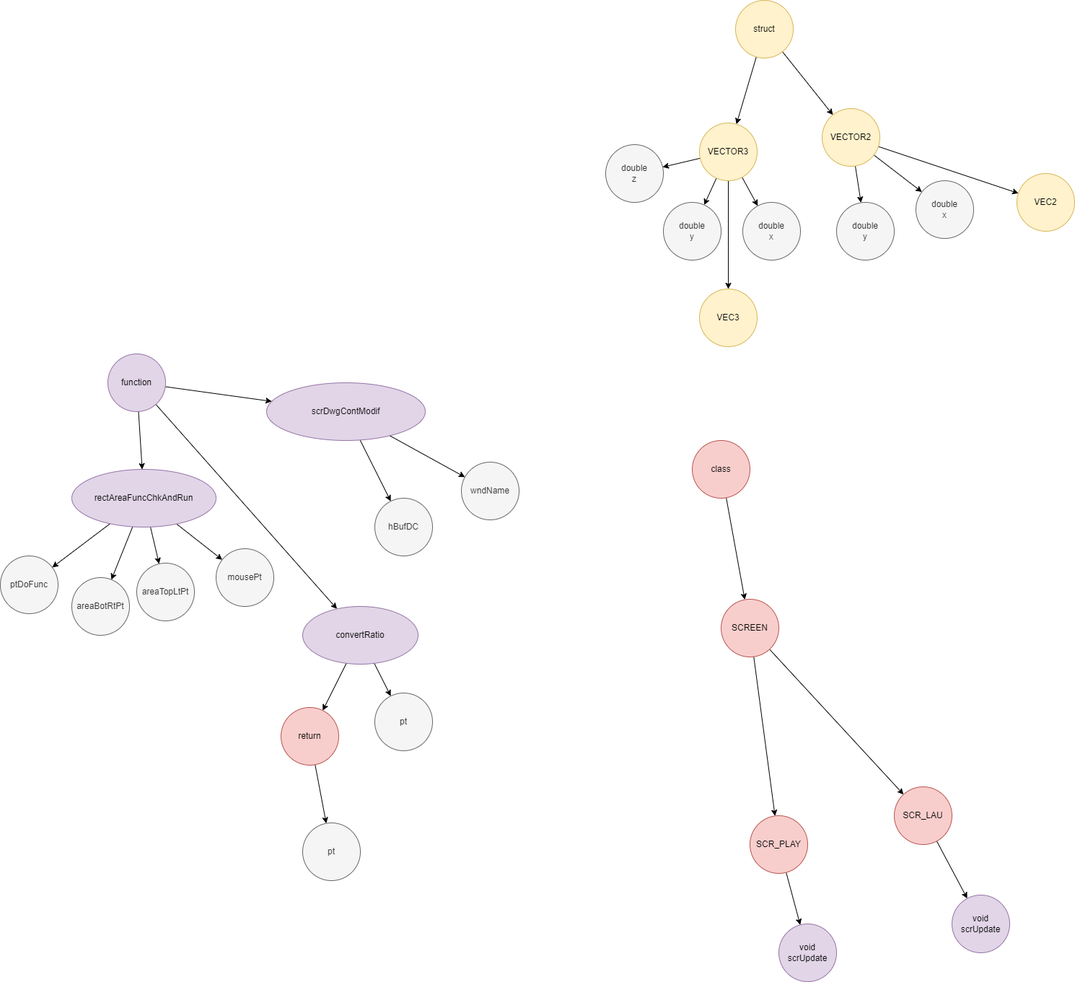
Above: drawio/files/graphic/h.drawio.png in Tanso-mct/GLPA (draw.io), before the change. Source tidied: cells renumbered, new cells last; positions are measured from the earlier drawing's top-left corner, leaving out a move shared by most shapes.
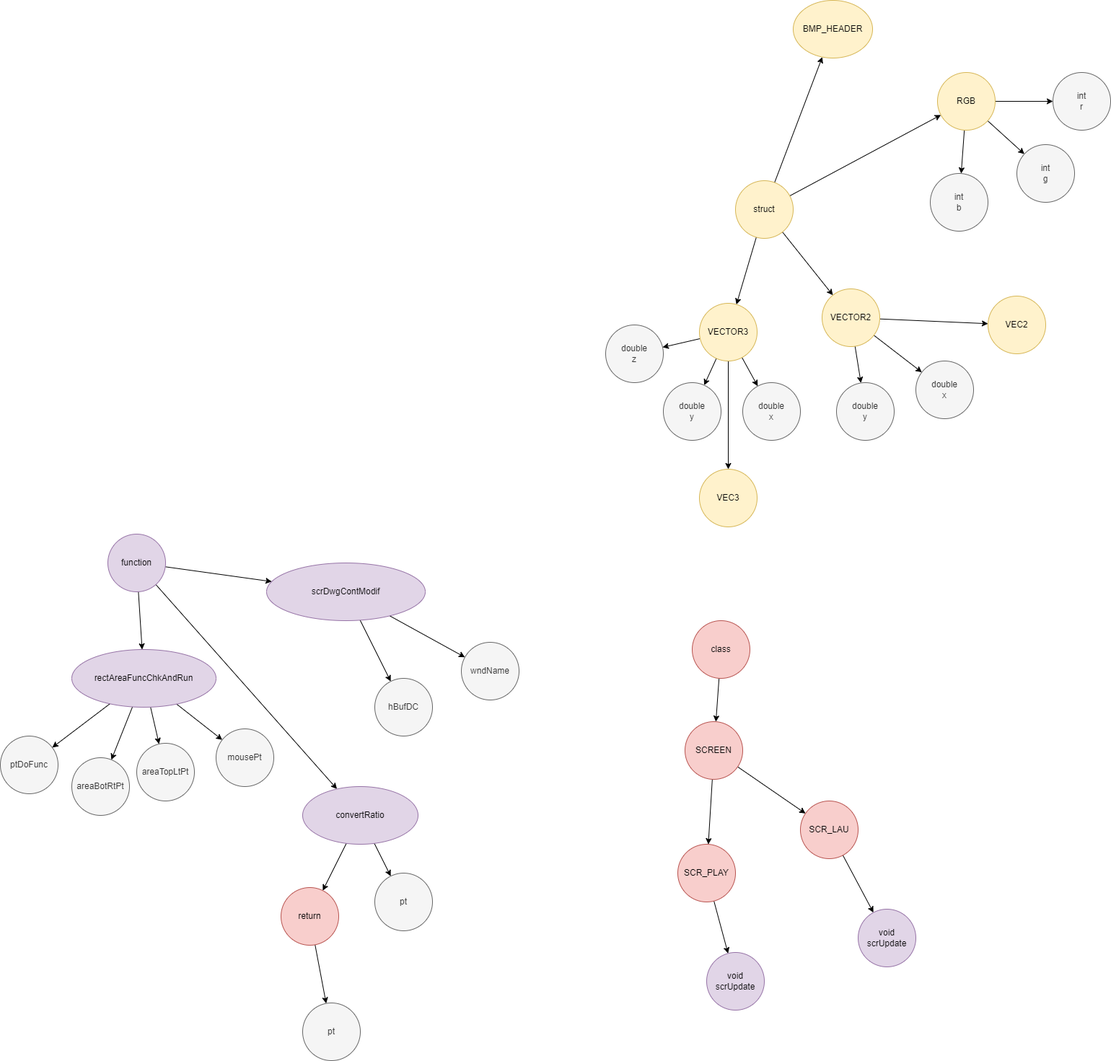
The same file after the commit.

The edit, as a diff of the source:
```diff
@@ -83,6 +83,12 @@
     <mxCell id="28" style="edgeStyle=none;html=1;fontFamily=Helvetica;fontSize=12;fontColor=#333333;" parent="1" edge="1" source="29" target="40">
       <mxGeometry relative="1" as="geometry" />
     </mxCell>
+    <mxCell id="57" style="edgeStyle=none;html=1;" parent="1" edge="1" source="29" target="62">
+      <mxGeometry relative="1" as="geometry" />
+    </mxCell>
+    <mxCell id="58" style="edgeStyle=none;html=1;fontFamily=Helvetica;fontSize=12;fontColor=#333333;" parent="1" edge="1" source="29" target="66">
+      <mxGeometry relative="1" as="geometry" />
+    </mxCell>
     <mxCell id="29" value="struct" style="ellipse;whiteSpace=wrap;html=1;strokeColor=#d6b656;fontFamily=Helvetica;fontSize=12;fillColor=#fff2cc;" parent="1" vertex="1">
       <mxGeometry x="1019" width="80" height="80" as="geometry" />
     </mxCell>
@@ -129,7 +135,7 @@
       <mxGeometry x="839" y="200" width="80" height="80" as="geometry" />
     </mxCell>
     <mxCell id="44" value="VEC2" style="ellipse;whiteSpace=wrap;html=1;strokeColor=#d6b656;fontFamily=Helvetica;fontSize=12;fillColor=#fff2cc;" parent="1" vertex="1">
-      <mxGeometry x="1409" y="240" width="80" height="80" as="geometry" />
+      <mxGeometry x="1369" y="160" width="80" height="80" as="geometry" />
     </mxCell>
     <mxCell id="45" value="VEC3" style="ellipse;whiteSpace=wrap;html=1;strokeColor=#d6b656;fontFamily=Helvetica;fontSize=12;fillColor=#fff2cc;" parent="1" vertex="1">
       <mxGeometry x="969" y="400" width="80" height="80" as="geometry" />
@@ -147,25 +153,49 @@
       <mxGeometry relative="1" as="geometry" />
     </mxCell>
     <mxCell id="50" value="SCREEN" style="ellipse;whiteSpace=wrap;html=1;fillColor=#f8cecc;strokeColor=#b85450;" parent="1" vertex="1">
-      <mxGeometry x="999" y="830" width="80" height="80" as="geometry" />
+      <mxGeometry x="949" y="750" width="80" height="80" as="geometry" />
     </mxCell>
     <mxCell id="51" style="edgeStyle=none;html=1;fontFamily=Helvetica;fontSize=12;fontColor=#333333;" parent="1" edge="1" source="52" target="55">
       <mxGeometry relative="1" as="geometry" />
     </mxCell>
     <mxCell id="52" value="SCR_LAU" style="ellipse;whiteSpace=wrap;html=1;fillColor=#f8cecc;strokeColor=#b85450;" parent="1" vertex="1">
-      <mxGeometry x="1239" y="1090" width="80" height="80" as="geometry" />
+      <mxGeometry x="1109" y="860" width="80" height="80" as="geometry" />
     </mxCell>
     <mxCell id="53" style="edgeStyle=none;html=1;fontFamily=Helvetica;fontSize=12;fontColor=#333333;" parent="1" edge="1" source="54" target="56">
       <mxGeometry relative="1" as="geometry" />
     </mxCell>
     <mxCell id="54" value="SCR_PLAY" style="ellipse;whiteSpace=wrap;html=1;strokeColor=#b85450;fontFamily=Helvetica;fontSize=12;fillColor=#f8cecc;" parent="1" vertex="1">
-      <mxGeometry x="1039" y="1130" width="80" height="80" as="geometry" />
+      <mxGeometry x="939" y="920" width="80" height="80" as="geometry" />
     </mxCell>
     <mxCell id="55" value="void&lt;br&gt;scrUpdate" style="ellipse;whiteSpace=wrap;html=1;strokeColor=#9673a6;fontFamily=Helvetica;fontSize=12;fillColor=#e1d5e7;" parent="1" vertex="1">
-      <mxGeometry x="1319" y="1240" width="80" height="80" as="geometry" />
+      <mxGeometry x="1189" y="1010" width="80" height="80" as="geometry" />
     </mxCell>
     <mxCell id="56" value="void&lt;br&gt;scrUpdate" style="ellipse;whiteSpace=wrap;html=1;strokeColor=#9673a6;fontFamily=Helvetica;fontSize=12;fillColor=#e1d5e7;" parent="1" vertex="1">
-      <mxGeometry x="1079" y="1280" width="80" height="80" as="geometry" />
+      <mxGeometry x="979" y="1070" width="80" height="80" as="geometry" />
     </mxCell>
+    <mxCell id="59" style="edgeStyle=none;html=1;fontFamily=Helvetica;fontSize=12;fontColor=#333333;" parent="1" edge="1" source="62" target="63">
+      <mxGeometry relative="1" as="geometry" />
+    </mxCell>
+    <mxCell id="60" style="edgeStyle=none;html=1;fontFamily=Helvetica;fontSize=12;fontColor=#333333;" parent="1" edge="1" source="62" target="64">
+      <mxGeometry relative="1" as="geometry" />
+    </mxCell>
+    <mxCell id="61" style="edgeStyle=none;html=1;fontFamily=Helvetica;fontSize=12;fontColor=#333333;" parent="1" edge="1" source="62" target="65">
+      <mxGeometry relative="1" as="geometry" />
+    </mxCell>
+    <mxCell id="62" value="RGB" style="ellipse;whiteSpace=wrap;html=1;fillColor=#fff2cc;strokeColor=#d6b656;" parent="1" vertex="1">
+      <mxGeometry x="1299" y="-150" width="80" height="80" as="geometry" />
+    </mxCell>
+    <mxCell id="63" value="int&lt;br&gt;r" style="ellipse;whiteSpace=wrap;html=1;fillColor=#f5f5f5;fontColor=#333333;strokeColor=#666666;" parent="1" vertex="1">
+      <mxGeometry x="1459" y="-150" width="80" height="80" as="geometry" />
+    </mxCell>
+    <mxCell id="64" value="int&lt;br&gt;g" style="ellipse;whiteSpace=wrap;html=1;strokeColor=#666666;fontFamily=Helvetica;fontSize=12;fontColor=#333333;fillColor=#f5f5f5;" parent="1" vertex="1">
+      <mxGeometry x="1409" y="-50" width="80" height="80" as="geometry" />
+    </mxCell>
+    <mxCell id="65" value="int&lt;br&gt;b" style="ellipse;whiteSpace=wrap;html=1;strokeColor=#666666;fontFamily=Helvetica;fontSize=12;fontColor=#333333;fillColor=#f5f5f5;" parent="1" vertex="1">
+      <mxGeometry x="1289" y="-10" width="80" height="80" as="geometry" />
+    </mxCell>
+    <mxCell id="66" value="BMP_HEADER" style="ellipse;whiteSpace=wrap;html=1;strokeColor=#d6b656;fontFamily=Helvetica;fontSize=12;fillColor=#fff2cc;" parent="1" vertex="1">
+      <mxGeometry x="1099" y="-250" width="110" height="80" as="geometry" />
+    </mxCell>
   </root>
 </mxGraphModel>
```
